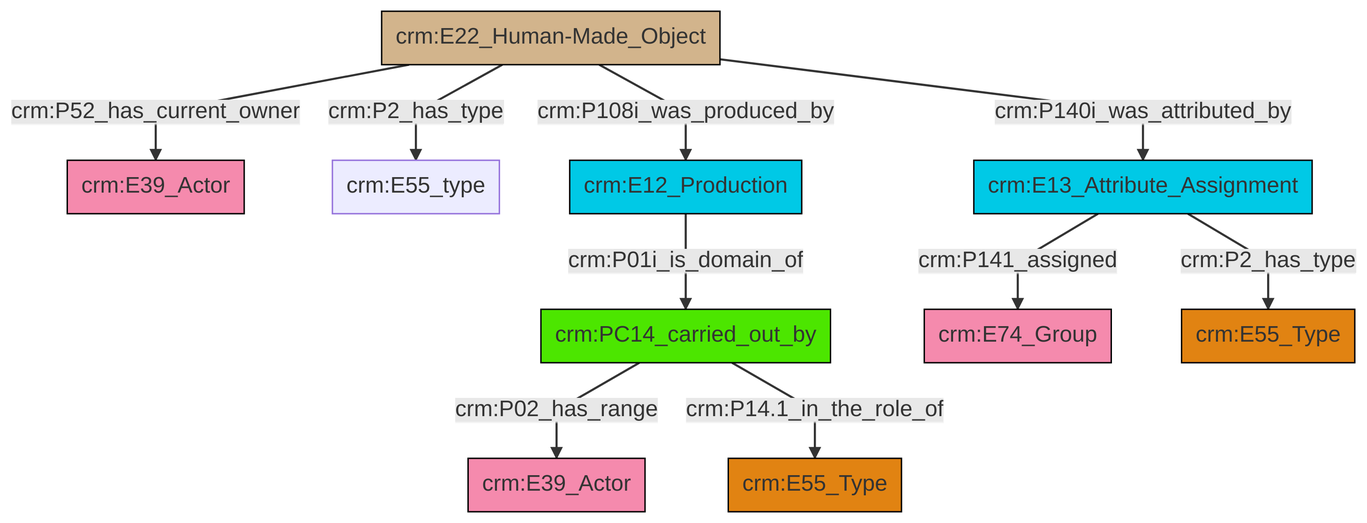
Above: et/builtWorkCSV/ttl/mmd/png/Built_Work_actor_relations.png in swiss-art-research-net/docs.swissartresearch (Mermaid), before the change. Its source is kept beside it as et/builtWorkCSV/ttl/mmd/Built_Work_actor_relations.ttl.mmd.
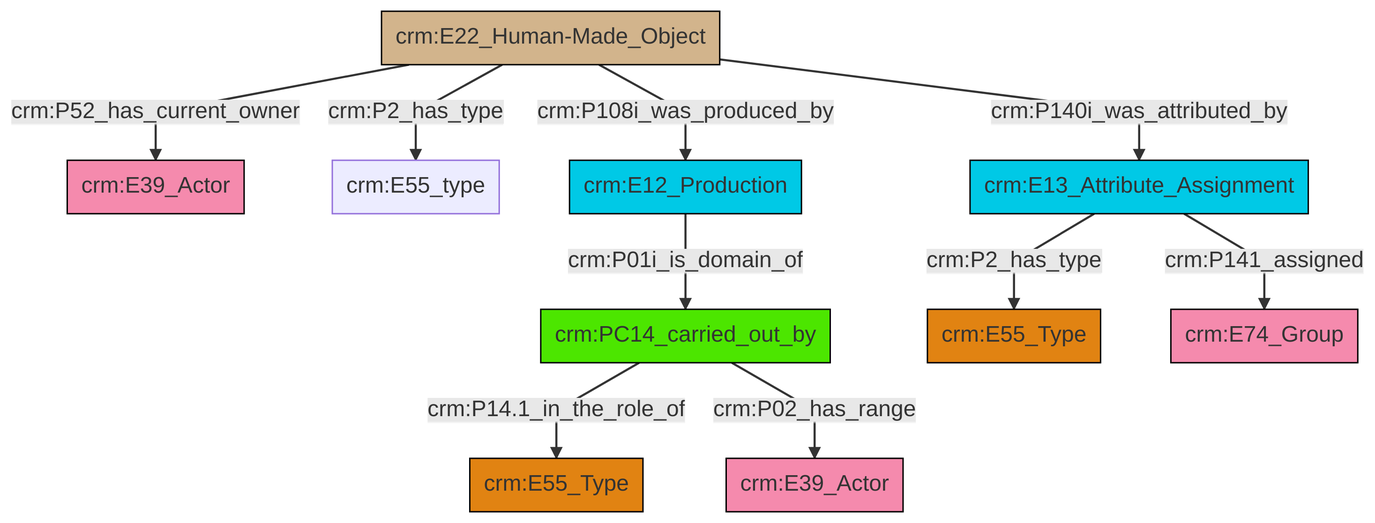
After the change.

Change to the diagram source:
```diff
@@ -13,12 +13,12 @@
 classDef PC_Classes fill:#4ce600, stroke:#000000;
 classDef Multi fill:#cccccc,stroke:#000000;
 
-0["crm:E13_Attribute_Assignment"]:::Temporal_Entity -->|crm:P141_assigned| 1["crm:E74_Group"]:::Actor
-2["crm:PC14_carried_out_by"]:::PC_Classes -->|crm:P02_has_range| 6["crm:E39_Actor"]:::Actor
-2["crm:PC14_carried_out_by"]:::PC_Classes -->|crm:P14.1_in_the_role_of| 7["crm:E55_Type"]:::Type
-4["crm:E12_Production"]:::Temporal_Entity -->|crm:P01i_is_domain_of| 2["crm:PC14_carried_out_by"]:::PC_Classes
-13["crm:E22_Human-Made_Object"]:::Physical_Thing -->|crm:P52_has_current_owner| 14["crm:E39_Actor"]:::Actor
-13["crm:E22_Human-Made_Object"]:::Physical_Thing -->|crm:P2_has_type| 9["crm:E55_type"]:::Default
-0["crm:E13_Attribute_Assignment"]:::Temporal_Entity -->|crm:P2_has_type| 11["crm:E55_Type"]:::Type
-13["crm:E22_Human-Made_Object"]:::Physical_Thing -->|crm:P108i_was_produced_by| 4["crm:E12_Production"]:::Temporal_Entity
-13["crm:E22_Human-Made_Object"]:::Physical_Thing -->|crm:P140i_was_attributed_by| 0["crm:E13_Attribute_Assignment"]:::Temporal_Entity
+0["crm:E22_Human-Made_Object"]:::Physical_Thing -->|crm:P52_has_current_owner| 1["crm:E39_Actor"]:::Actor
+4["crm:E12_Production"]:::Temporal_Entity -->|crm:P01i_is_domain_of| 6["crm:PC14_carried_out_by"]:::PC_Classes
+6["crm:PC14_carried_out_by"]:::PC_Classes -->|crm:P14.1_in_the_role_of| 7["crm:E55_Type"]:::Type
+8["crm:E13_Attribute_Assignment"]:::Temporal_Entity -->|crm:P2_has_type| 9["crm:E55_Type"]:::Type
+6["crm:PC14_carried_out_by"]:::PC_Classes -->|crm:P02_has_range| 11["crm:E39_Actor"]:::Actor
+0["crm:E22_Human-Made_Object"]:::Physical_Thing -->|crm:P2_has_type| 2["crm:E55_type"]:::Default
+0["crm:E22_Human-Made_Object"]:::Physical_Thing -->|crm:P140i_was_attributed_by| 8["crm:E13_Attribute_Assignment"]:::Temporal_Entity
+8["crm:E13_Attribute_Assignment"]:::Temporal_Entity -->|crm:P141_assigned| 13["crm:E74_Group"]:::Actor
+0["crm:E22_Human-Made_Object"]:::Physical_Thing -->|crm:P108i_was_produced_by| 4["crm:E12_Production"]:::Temporal_Entity
```
